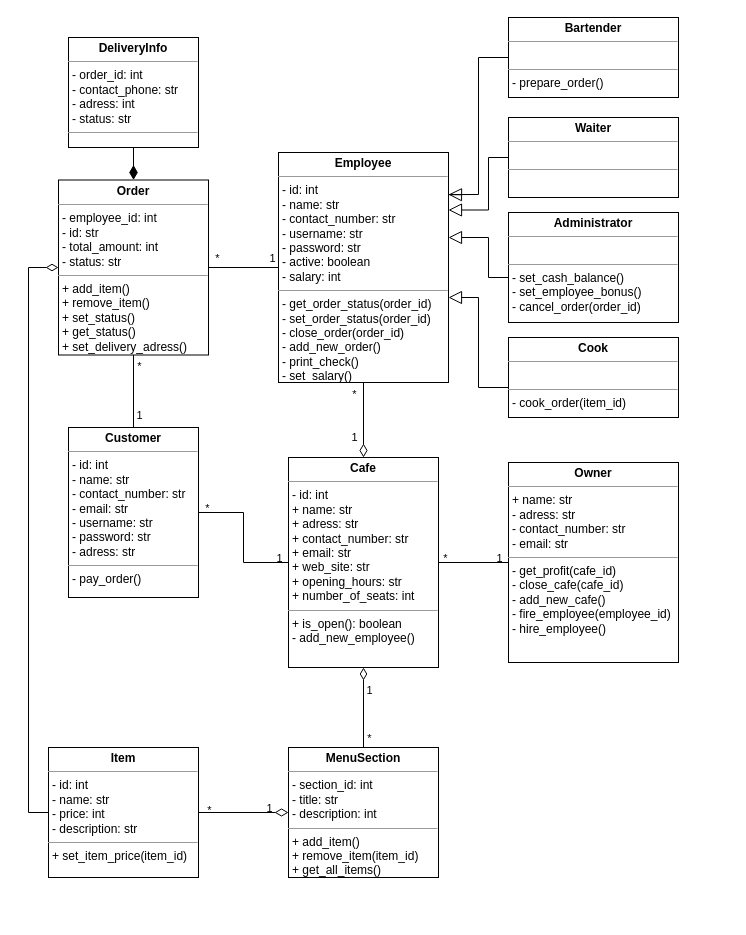
nikfeo/python-education keeps this draw.io diagram as python/task4/UML_classes_Cafe.drawio. Above is the earlier version. Source tidied: cells renumbered, new cells numbered last; positions are measured from the earlier drawing's top-left corner, leaving out a move shared by most shapes. Both pictures are drawn from the tidied source at 100%, with x=0, y=0 at pixel (28, 17).
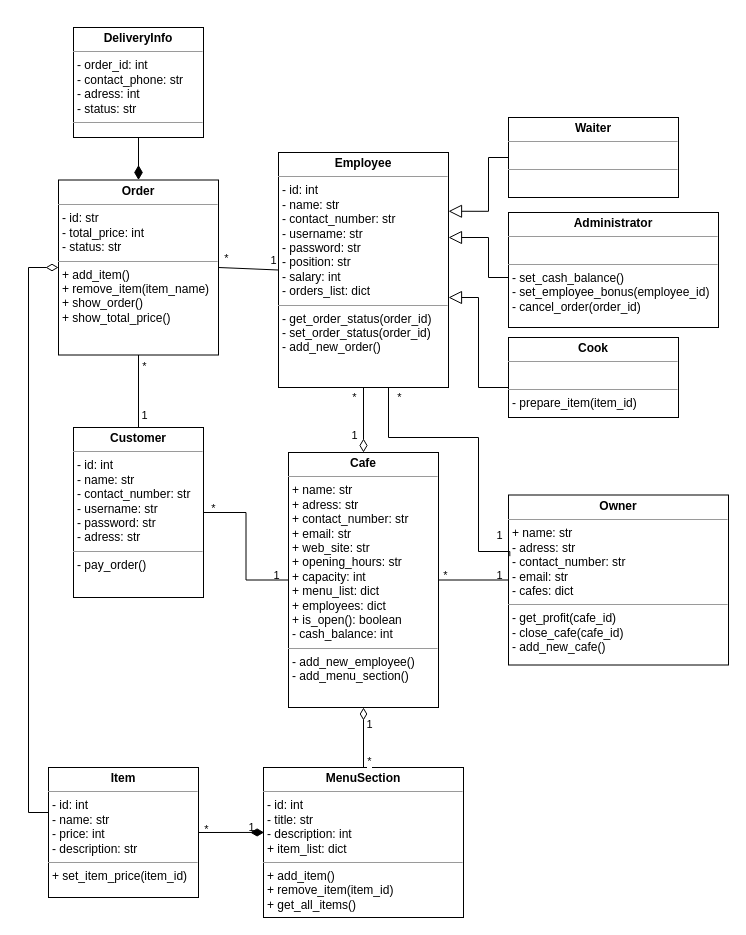
After the change.

Commit message (it also covers changes not shown here):
Added cafe_oop.py to branch python/task4 and modified UML diagram classes

Unchanged cells that the change refers to:
```xml
<mxCell id="8" style="endArrow=none;html=1;entryX=1;entryY=0.5;entryDx=0;entryDy=0;exitX=0;exitY=0.5;exitDx=0;exitDy=0;" parent="1" edge="1" source="3" target="2">
  <mxGeometry relative="1" as="geometry" />
</mxCell>
<mxCell id="11" style="endArrow=none;html=1;entryX=0.5;entryY=1;entryDx=0;entryDy=0;exitX=0.5;exitY=0;exitDx=0;exitDy=0;startArrow=diamondThin;startFill=0;endFill=0;startSize=11;jumpSize=7;endSize=10;" parent="1" edge="1" source="2" target="4">
  <mxGeometry relative="1" as="geometry" />
</mxCell>
```

Change to the diagram source:
```diff
@@
-    <mxCell id="2" value="&lt;p style=&quot;margin: 0px ; margin-top: 4px ; text-align: center&quot;&gt;&lt;b&gt;Cafe&lt;/b&gt;&lt;/p&gt;&lt;hr size=&quot;1&quot;&gt;&lt;p style=&quot;margin: 0px ; margin-left: 4px&quot;&gt;- id: int&lt;/p&gt;&lt;p style=&quot;margin: 0px ; margin-left: 4px&quot;&gt;+ name: str&lt;br&gt;+ adress: str&lt;/p&gt;&lt;p style=&quot;margin: 0px ; margin-left: 4px&quot;&gt;+ contact_number: str&lt;/p&gt;&lt;p style=&quot;margin: 0px ; margin-left: 4px&quot;&gt;+ email: str&lt;/p&gt;&lt;p style=&quot;margin: 0px ; margin-left: 4px&quot;&gt;+ web_site: str&lt;/p&gt;&lt;p style=&quot;margin: 0px ; margin-left: 4px&quot;&gt;+ opening_hours: str&lt;/p&gt;&lt;p style=&quot;margin: 0px ; margin-left: 4px&quot;&gt;+ number_of_seats: int&lt;/p&gt;&lt;hr size=&quot;1&quot;&gt;&lt;p style=&quot;margin: 0px ; margin-left: 4px&quot;&gt;+ is_open(): boolean&lt;br&gt;- add_new_employee()&lt;/p&gt;" style="verticalAlign=top;align=left;overflow=fill;fontSize=12;fontFamily=Helvetica;html=1;rounded=0;shadow=0;comic=0;labelBackgroundColor=none;strokeWidth=1;" parent="1" vertex="1">
-      <mxGeometry x="260" y="440" width="150" height="210" as="geometry" />
+    <mxCell id="2" value="&lt;p style=&quot;margin: 0px ; margin-top: 4px ; text-align: center&quot;&gt;&lt;b&gt;Cafe&lt;/b&gt;&lt;/p&gt;&lt;hr size=&quot;1&quot;&gt;&lt;p style=&quot;margin: 0px ; margin-left: 4px&quot;&gt;&lt;span&gt;+ name: str&lt;/span&gt;&lt;br&gt;&lt;/p&gt;&lt;p style=&quot;margin: 0px ; margin-left: 4px&quot;&gt;+ adress: str&lt;/p&gt;&lt;p style=&quot;margin: 0px ; margin-left: 4px&quot;&gt;+ contact_number: str&lt;/p&gt;&lt;p style=&quot;margin: 0px ; margin-left: 4px&quot;&gt;+ email: str&lt;/p&gt;&lt;p style=&quot;margin: 0px ; margin-left: 4px&quot;&gt;+ web_site: str&lt;/p&gt;&lt;p style=&quot;margin: 0px ; margin-left: 4px&quot;&gt;+ opening_hours: str&lt;/p&gt;&lt;p style=&quot;margin: 0px ; margin-left: 4px&quot;&gt;+ capacity: int&lt;/p&gt;&lt;p style=&quot;margin: 0px ; margin-left: 4px&quot;&gt;+ menu_list: dict&lt;/p&gt;&lt;p style=&quot;margin: 0px ; margin-left: 4px&quot;&gt;+ employees: dict&lt;/p&gt;&lt;p style=&quot;margin: 0px ; margin-left: 4px&quot;&gt;+ is_open(): boolean&lt;br&gt;&lt;/p&gt;&lt;p style=&quot;margin: 0px ; margin-left: 4px&quot;&gt;- cash_balance: int&lt;br&gt;&lt;/p&gt;&lt;hr size=&quot;1&quot;&gt;&lt;p style=&quot;margin: 0px ; margin-left: 4px&quot;&gt;- add_new_employee()&lt;/p&gt;&lt;p style=&quot;margin: 0px ; margin-left: 4px&quot;&gt;- add_menu_section()&lt;/p&gt;" style="verticalAlign=top;align=left;overflow=fill;fontSize=12;fontFamily=Helvetica;html=1;rounded=0;shadow=0;comic=0;labelBackgroundColor=none;strokeWidth=1;" parent="1" vertex="1">
+      <mxGeometry x="260" y="435" width="150" height="255" as="geometry" />
     </mxCell>
-    <mxCell id="3" value="&lt;p style=&quot;margin: 0px ; margin-top: 4px ; text-align: center&quot;&gt;&lt;b&gt;Owner&lt;/b&gt;&lt;/p&gt;&lt;hr size=&quot;1&quot;&gt;&lt;p style=&quot;margin: 0px ; margin-left: 4px&quot;&gt;+ name: str&lt;br&gt;- adress: str&lt;/p&gt;&lt;p style=&quot;margin: 0px ; margin-left: 4px&quot;&gt;- contact_number: str&lt;/p&gt;&lt;p style=&quot;margin: 0px ; margin-left: 4px&quot;&gt;- email: str&lt;/p&gt;&lt;hr size=&quot;1&quot;&gt;&lt;p style=&quot;margin: 0px ; margin-left: 4px&quot;&gt;- get_profit(cafe_id)&lt;br&gt;- close_cafe(cafe_id)&lt;/p&gt;&lt;p style=&quot;margin: 0px ; margin-left: 4px&quot;&gt;- add_new_cafe()&lt;/p&gt;&lt;p style=&quot;margin: 0px ; margin-left: 4px&quot;&gt;- fire_employee(employee_id)&lt;/p&gt;&lt;p style=&quot;margin: 0px ; margin-left: 4px&quot;&gt;- hire_employee()&lt;/p&gt;" style="verticalAlign=top;align=left;overflow=fill;fontSize=12;fontFamily=Helvetica;html=1;rounded=0;shadow=0;comic=0;labelBackgroundColor=none;strokeWidth=1;" parent="1" vertex="1">
-      <mxGeometry x="480" y="445" width="170" height="200" as="geometry" />
+    <mxCell id="3" value="&lt;p style=&quot;margin: 0px ; margin-top: 4px ; text-align: center&quot;&gt;&lt;b&gt;Owner&lt;/b&gt;&lt;/p&gt;&lt;hr size=&quot;1&quot;&gt;&lt;p style=&quot;margin: 0px ; margin-left: 4px&quot;&gt;+ name: str&lt;br&gt;- adress: str&lt;/p&gt;&lt;p style=&quot;margin: 0px ; margin-left: 4px&quot;&gt;- contact_number: str&lt;/p&gt;&lt;p style=&quot;margin: 0px ; margin-left: 4px&quot;&gt;- email: str&lt;/p&gt;&lt;p style=&quot;margin: 0px ; margin-left: 4px&quot;&gt;- cafes: dict&lt;/p&gt;&lt;hr size=&quot;1&quot;&gt;&lt;p style=&quot;margin: 0px ; margin-left: 4px&quot;&gt;- get_profit(cafe_id)&lt;br&gt;- close_cafe(cafe_id)&lt;/p&gt;&lt;p style=&quot;margin: 0px ; margin-left: 4px&quot;&gt;- add_new_cafe()&lt;/p&gt;" style="verticalAlign=top;align=left;overflow=fill;fontSize=12;fontFamily=Helvetica;html=1;rounded=0;shadow=0;comic=0;labelBackgroundColor=none;strokeWidth=1;" parent="1" vertex="1">
+      <mxGeometry x="480" y="477.5" width="220" height="170" as="geometry" />
     </mxCell>
-    <mxCell id="4" value="&lt;p style=&quot;margin: 0px ; margin-top: 4px ; text-align: center&quot;&gt;&lt;b&gt;Employee&lt;/b&gt;&lt;/p&gt;&lt;hr size=&quot;1&quot;&gt;&lt;p style=&quot;margin: 0px ; margin-left: 4px&quot;&gt;- id: int&lt;br&gt;- name: str&lt;/p&gt;&lt;p style=&quot;margin: 0px ; margin-left: 4px&quot;&gt;- contact_number: str&lt;/p&gt;&lt;p style=&quot;margin: 0px ; margin-left: 4px&quot;&gt;- username: str&lt;/p&gt;&lt;p style=&quot;margin: 0px ; margin-left: 4px&quot;&gt;- password: str&lt;/p&gt;&lt;p style=&quot;margin: 0px ; margin-left: 4px&quot;&gt;- active: boolean&lt;/p&gt;&lt;p style=&quot;margin: 0px ; margin-left: 4px&quot;&gt;- salary: int&lt;/p&gt;&lt;hr size=&quot;1&quot;&gt;&lt;p style=&quot;margin: 0px ; margin-left: 4px&quot;&gt;- get_order_status(order_id)&lt;/p&gt;&lt;p style=&quot;margin: 0px ; margin-left: 4px&quot;&gt;- set_order_status(order_id)&lt;br&gt;- close_order(order_id)&lt;/p&gt;&lt;p style=&quot;margin: 0px ; margin-left: 4px&quot;&gt;- add_new_order()&lt;br&gt;&lt;/p&gt;&lt;p style=&quot;margin: 0px ; margin-left: 4px&quot;&gt;- print_check()&lt;/p&gt;&lt;p style=&quot;margin: 0px ; margin-left: 4px&quot;&gt;- set_salary()&lt;/p&gt;" style="verticalAlign=top;align=left;overflow=fill;fontSize=12;fontFamily=Helvetica;html=1;rounded=0;shadow=0;comic=0;labelBackgroundColor=none;strokeWidth=1;" parent="1" vertex="1">
-      <mxGeometry x="250" y="135" width="170" height="230" as="geometry" />
+    <mxCell id="4" value="&lt;p style=&quot;margin: 0px ; margin-top: 4px ; text-align: center&quot;&gt;&lt;b&gt;Employee&lt;/b&gt;&lt;/p&gt;&lt;hr size=&quot;1&quot;&gt;&lt;p style=&quot;margin: 0px ; margin-left: 4px&quot;&gt;- id: int&lt;br&gt;- name: str&lt;/p&gt;&lt;p style=&quot;margin: 0px ; margin-left: 4px&quot;&gt;- contact_number: str&lt;/p&gt;&lt;p style=&quot;margin: 0px ; margin-left: 4px&quot;&gt;- username: str&lt;/p&gt;&lt;p style=&quot;margin: 0px ; margin-left: 4px&quot;&gt;- password: str&lt;/p&gt;&lt;p style=&quot;margin: 0px ; margin-left: 4px&quot;&gt;- position: str&lt;/p&gt;&lt;p style=&quot;margin: 0px ; margin-left: 4px&quot;&gt;- salary: int&lt;/p&gt;&lt;p style=&quot;margin: 0px ; margin-left: 4px&quot;&gt;- orders_list: dict&lt;/p&gt;&lt;hr size=&quot;1&quot;&gt;&lt;p style=&quot;margin: 0px ; margin-left: 4px&quot;&gt;- get_order_status(order_id)&lt;/p&gt;&lt;p style=&quot;margin: 0px ; margin-left: 4px&quot;&gt;- set_order_status(order_id)&lt;br&gt;&lt;/p&gt;&lt;p style=&quot;margin: 0px ; margin-left: 4px&quot;&gt;- add_new_order()&lt;/p&gt;" style="verticalAlign=top;align=left;overflow=fill;fontSize=12;fontFamily=Helvetica;html=1;rounded=0;shadow=0;comic=0;labelBackgroundColor=none;strokeWidth=1;" parent="1" vertex="1">
+      <mxGeometry x="250" y="135" width="170" height="235" as="geometry" />
     </mxCell>
-    <mxCell id="5" value="&lt;p style=&quot;margin: 0px ; margin-top: 4px ; text-align: center&quot;&gt;&lt;b&gt;Order&lt;/b&gt;&lt;/p&gt;&lt;hr size=&quot;1&quot;&gt;&lt;p style=&quot;margin: 0px ; margin-left: 4px&quot;&gt;- employee_id: int&lt;br&gt;- id: str&lt;/p&gt;&lt;p style=&quot;margin: 0px ; margin-left: 4px&quot;&gt;- total_amount: int&lt;/p&gt;&lt;p style=&quot;margin: 0px ; margin-left: 4px&quot;&gt;- status: str&lt;/p&gt;&lt;hr size=&quot;1&quot;&gt;&lt;p style=&quot;margin: 0px ; margin-left: 4px&quot;&gt;+ add_item()&lt;/p&gt;&lt;p style=&quot;margin: 0px ; margin-left: 4px&quot;&gt;+ remove_item()&lt;/p&gt;&lt;p style=&quot;margin: 0px ; margin-left: 4px&quot;&gt;+ set_status()&lt;/p&gt;&lt;p style=&quot;margin: 0px ; margin-left: 4px&quot;&gt;+ get_status()&lt;/p&gt;&lt;p style=&quot;margin: 0px ; margin-left: 4px&quot;&gt;+ set_delivery_adress()&lt;/p&gt;&lt;p style=&quot;margin: 0px ; margin-left: 4px&quot;&gt;&lt;br&gt;&lt;/p&gt;&lt;p style=&quot;margin: 0px ; margin-left: 4px&quot;&gt;&lt;br&gt;&lt;/p&gt;&lt;p style=&quot;margin: 0px ; margin-left: 4px&quot;&gt;&lt;br&gt;&lt;/p&gt;" style="verticalAlign=top;align=left;overflow=fill;fontSize=12;fontFamily=Helvetica;html=1;rounded=0;shadow=0;comic=0;labelBackgroundColor=none;strokeWidth=1;" parent="1" vertex="1">
-      <mxGeometry x="30" y="162.5" width="150" height="175" as="geometry" />
+    <mxCell id="5" value="&lt;p style=&quot;margin: 0px ; margin-top: 4px ; text-align: center&quot;&gt;&lt;b&gt;Order&lt;/b&gt;&lt;/p&gt;&lt;hr size=&quot;1&quot;&gt;&lt;p style=&quot;margin: 0px ; margin-left: 4px&quot;&gt;- id: str&lt;/p&gt;&lt;p style=&quot;margin: 0px ; margin-left: 4px&quot;&gt;- total_price: int&lt;/p&gt;&lt;p style=&quot;margin: 0px ; margin-left: 4px&quot;&gt;- status: str&lt;/p&gt;&lt;hr size=&quot;1&quot;&gt;&lt;p style=&quot;margin: 0px ; margin-left: 4px&quot;&gt;+ add_item()&lt;/p&gt;&lt;p style=&quot;margin: 0px ; margin-left: 4px&quot;&gt;+ remove_item(item_name)&lt;/p&gt;&lt;p style=&quot;margin: 0px ; margin-left: 4px&quot;&gt;+ show_order()&lt;/p&gt;&lt;p style=&quot;margin: 0px ; margin-left: 4px&quot;&gt;+ show_total_price()&lt;/p&gt;&lt;p style=&quot;margin: 0px ; margin-left: 4px&quot;&gt;&lt;br&gt;&lt;/p&gt;" style="verticalAlign=top;align=left;overflow=fill;fontSize=12;fontFamily=Helvetica;html=1;rounded=0;shadow=0;comic=0;labelBackgroundColor=none;strokeWidth=1;" parent="1" vertex="1">
+      <mxGeometry x="30" y="162.5" width="160" height="175" as="geometry" />
     </mxCell>
@@
-    <mxCell id="7" value="&lt;p style=&quot;margin: 0px ; margin-top: 4px ; text-align: center&quot;&gt;&lt;b&gt;Customer&lt;/b&gt;&lt;/p&gt;&lt;hr size=&quot;1&quot;&gt;&lt;p style=&quot;margin: 0px ; margin-left: 4px&quot;&gt;- id: int&lt;br&gt;- name: str&lt;/p&gt;&lt;p style=&quot;margin: 0px ; margin-left: 4px&quot;&gt;- contact_number: str&lt;/p&gt;&lt;p style=&quot;margin: 0px ; margin-left: 4px&quot;&gt;- email: str&lt;/p&gt;&lt;p style=&quot;margin: 0px ; margin-left: 4px&quot;&gt;- username: str&lt;/p&gt;&lt;p style=&quot;margin: 0px ; margin-left: 4px&quot;&gt;- password: str&lt;/p&gt;&lt;p style=&quot;margin: 0px ; margin-left: 4px&quot;&gt;- adress: str&lt;/p&gt;&lt;hr size=&quot;1&quot;&gt;&lt;p style=&quot;margin: 0px ; margin-left: 4px&quot;&gt;- pay_order()&lt;br&gt;&lt;/p&gt;&lt;p style=&quot;margin: 0px ; margin-left: 4px&quot;&gt;&lt;br&gt;&lt;/p&gt;" style="verticalAlign=top;align=left;overflow=fill;fontSize=12;fontFamily=Helvetica;html=1;rounded=0;shadow=0;comic=0;labelBackgroundColor=none;strokeWidth=1;" parent="1" vertex="1">
-      <mxGeometry x="40" y="410" width="130" height="170" as="geometry" />
+    <mxCell id="7" value="&lt;p style=&quot;margin: 0px ; margin-top: 4px ; text-align: center&quot;&gt;&lt;b&gt;Customer&lt;/b&gt;&lt;/p&gt;&lt;hr size=&quot;1&quot;&gt;&lt;p style=&quot;margin: 0px ; margin-left: 4px&quot;&gt;- id: int&lt;br&gt;- name: str&lt;/p&gt;&lt;p style=&quot;margin: 0px ; margin-left: 4px&quot;&gt;- contact_number: str&lt;/p&gt;&lt;p style=&quot;margin: 0px ; margin-left: 4px&quot;&gt;- username: str&lt;/p&gt;&lt;p style=&quot;margin: 0px ; margin-left: 4px&quot;&gt;- password: str&lt;/p&gt;&lt;p style=&quot;margin: 0px ; margin-left: 4px&quot;&gt;- adress: str&lt;/p&gt;&lt;hr size=&quot;1&quot;&gt;&lt;p style=&quot;margin: 0px ; margin-left: 4px&quot;&gt;- pay_order()&lt;br&gt;&lt;/p&gt;&lt;p style=&quot;margin: 0px ; margin-left: 4px&quot;&gt;&lt;br&gt;&lt;/p&gt;" style="verticalAlign=top;align=left;overflow=fill;fontSize=12;fontFamily=Helvetica;html=1;rounded=0;shadow=0;comic=0;labelBackgroundColor=none;strokeWidth=1;" parent="1" vertex="1">
+      <mxGeometry x="45" y="410" width="130" height="170" as="geometry" />
     </mxCell>
@@
+    <mxCell id="42" value="1" style="edgeLabel;html=1;align=center;verticalAlign=middle;labelBackgroundColor=none;" parent="8" vertex="1">
+      <mxGeometry x="-0.24" y="-1" relative="1" as="geometry">
+        <mxPoint x="17" y="-44" as="offset" />
+      </mxGeometry>
+    </mxCell>
@@
+    <mxCell id="43" value="*" style="edgeLabel;html=1;align=center;verticalAlign=middle;" parent="11" vertex="1">
+      <mxGeometry x="0.71" y="1" relative="1" as="geometry">
+        <mxPoint x="36" as="offset" />
+      </mxGeometry>
+    </mxCell>
-    <mxCell id="14" value="&lt;p style=&quot;margin: 0px ; margin-top: 4px ; text-align: center&quot;&gt;&lt;b&gt;MenuSection&lt;/b&gt;&lt;/p&gt;&lt;hr size=&quot;1&quot;&gt;&lt;p style=&quot;margin: 0px ; margin-left: 4px&quot;&gt;&lt;span&gt;- section_id: int&lt;/span&gt;&lt;/p&gt;&lt;p style=&quot;margin: 0px ; margin-left: 4px&quot;&gt;- title: str&lt;/p&gt;&lt;p style=&quot;margin: 0px ; margin-left: 4px&quot;&gt;- description: int&lt;/p&gt;&lt;hr size=&quot;1&quot;&gt;&lt;p style=&quot;margin: 0px ; margin-left: 4px&quot;&gt;+ add_item()&lt;/p&gt;&lt;p style=&quot;margin: 0px ; margin-left: 4px&quot;&gt;+ remove_item(item_id)&lt;/p&gt;&lt;p style=&quot;margin: 0px ; margin-left: 4px&quot;&gt;+ get_all_items()&lt;/p&gt;&lt;p style=&quot;margin: 0px ; margin-left: 4px&quot;&gt;&lt;br&gt;&lt;/p&gt;&lt;p style=&quot;margin: 0px ; margin-left: 4px&quot;&gt;&lt;br&gt;&lt;/p&gt;&lt;p style=&quot;margin: 0px ; margin-left: 4px&quot;&gt;&lt;br&gt;&lt;/p&gt;" style="verticalAlign=top;align=left;overflow=fill;fontSize=12;fontFamily=Helvetica;html=1;rounded=0;shadow=0;comic=0;labelBackgroundColor=none;strokeWidth=1;" parent="1" vertex="1">
-      <mxGeometry x="260" y="730" width="150" height="130" as="geometry" />
+    <mxCell id="14" value="&lt;p style=&quot;margin: 0px ; margin-top: 4px ; text-align: center&quot;&gt;&lt;b&gt;MenuSection&lt;/b&gt;&lt;/p&gt;&lt;hr size=&quot;1&quot;&gt;&lt;p style=&quot;margin: 0px ; margin-left: 4px&quot;&gt;&lt;span&gt;- id: int&lt;/span&gt;&lt;/p&gt;&lt;p style=&quot;margin: 0px ; margin-left: 4px&quot;&gt;- title: str&lt;/p&gt;&lt;p style=&quot;margin: 0px ; margin-left: 4px&quot;&gt;- description: int&lt;/p&gt;&lt;p style=&quot;margin: 0px ; margin-left: 4px&quot;&gt;+ item_list: dict&lt;/p&gt;&lt;hr size=&quot;1&quot;&gt;&lt;p style=&quot;margin: 0px ; margin-left: 4px&quot;&gt;+ add_item()&lt;/p&gt;&lt;p style=&quot;margin: 0px ; margin-left: 4px&quot;&gt;+ remove_item(item_id)&lt;/p&gt;&lt;p style=&quot;margin: 0px ; margin-left: 4px&quot;&gt;+ get_all_items()&lt;/p&gt;&lt;p style=&quot;margin: 0px ; margin-left: 4px&quot;&gt;&lt;br&gt;&lt;/p&gt;&lt;p style=&quot;margin: 0px ; margin-left: 4px&quot;&gt;&lt;br&gt;&lt;/p&gt;&lt;p style=&quot;margin: 0px ; margin-left: 4px&quot;&gt;&lt;br&gt;&lt;/p&gt;" style="verticalAlign=top;align=left;overflow=fill;fontSize=12;fontFamily=Helvetica;html=1;rounded=0;shadow=0;comic=0;labelBackgroundColor=none;strokeWidth=1;" parent="1" vertex="1">
+      <mxGeometry x="235" y="750" width="200" height="150" as="geometry" />
     </mxCell>
     <mxCell id="15" value="&lt;p style=&quot;margin: 0px ; margin-top: 4px ; text-align: center&quot;&gt;&lt;b&gt;Item&lt;/b&gt;&lt;/p&gt;&lt;hr size=&quot;1&quot;&gt;&lt;p style=&quot;margin: 0px ; margin-left: 4px&quot;&gt;- id: int&lt;br&gt;- name: str&lt;/p&gt;&lt;p style=&quot;margin: 0px ; margin-left: 4px&quot;&gt;- price: int&lt;/p&gt;&lt;p style=&quot;margin: 0px ; margin-left: 4px&quot;&gt;- description: str&lt;/p&gt;&lt;hr size=&quot;1&quot;&gt;&lt;p style=&quot;margin: 0px ; margin-left: 4px&quot;&gt;+ set_item_price(item_id)&lt;/p&gt;&lt;p style=&quot;margin: 0px ; margin-left: 4px&quot;&gt;&lt;br&gt;&lt;/p&gt;&lt;p style=&quot;margin: 0px ; margin-left: 4px&quot;&gt;&lt;br&gt;&lt;/p&gt;&lt;p style=&quot;margin: 0px ; margin-left: 4px&quot;&gt;&lt;br&gt;&lt;/p&gt;" style="verticalAlign=top;align=left;overflow=fill;fontSize=12;fontFamily=Helvetica;html=1;rounded=0;shadow=0;comic=0;labelBackgroundColor=none;strokeWidth=1;" parent="1" vertex="1">
-      <mxGeometry x="20" y="730" width="150" height="130" as="geometry" />
+      <mxGeometry x="20" y="750" width="150" height="130" as="geometry" />
     </mxCell>
@@
-    <mxCell id="19" style="endArrow=none;html=1;startSize=11;endSize=10;entryX=1;entryY=0.5;entryDx=0;entryDy=0;startArrow=diamondThin;startFill=0;" parent="1" edge="1" target="15">
-      <mxGeometry relative="1" as="geometry">
-        <mxPoint x="260" y="795" as="sourcePoint" />
-      </mxGeometry>
+    <mxCell id="19" style="endArrow=none;html=1;startSize=11;endSize=10;entryX=1;entryY=0.5;entryDx=0;entryDy=0;startArrow=diamondThin;startFill=1;exitX=0.003;exitY=0.433;exitDx=0;exitDy=0;exitPerimeter=0;" parent="1" edge="1" source="14" target="15">
+      <mxGeometry relative="1" as="geometry" />
     </mxCell>
@@
-    <mxCell id="23" value="&lt;p style=&quot;margin: 0px ; margin-top: 4px ; text-align: center&quot;&gt;&lt;b&gt;Administrator&lt;/b&gt;&lt;/p&gt;&lt;hr size=&quot;1&quot;&gt;&lt;p style=&quot;margin: 0px ; margin-left: 4px&quot;&gt;&lt;br&gt;&lt;/p&gt;&lt;hr size=&quot;1&quot;&gt;&lt;p style=&quot;margin: 0px ; margin-left: 4px&quot;&gt;&lt;span&gt;- set_cash_balance()&lt;/span&gt;&lt;/p&gt;&lt;p style=&quot;margin: 0px ; margin-left: 4px&quot;&gt;- set_employee_bonus()&lt;/p&gt;&lt;p style=&quot;margin: 0px ; margin-left: 4px&quot;&gt;- cancel_order(order_id)&lt;/p&gt;" style="verticalAlign=top;align=left;overflow=fill;fontSize=12;fontFamily=Helvetica;html=1;rounded=0;shadow=0;comic=0;labelBackgroundColor=none;strokeWidth=1;" parent="1" vertex="1">
-      <mxGeometry x="480" y="195" width="170" height="110" as="geometry" />
+    <mxCell id="23" value="&lt;p style=&quot;margin: 0px ; margin-top: 4px ; text-align: center&quot;&gt;&lt;b&gt;Administrator&lt;/b&gt;&lt;/p&gt;&lt;hr size=&quot;1&quot;&gt;&lt;p style=&quot;margin: 0px ; margin-left: 4px&quot;&gt;&lt;br&gt;&lt;/p&gt;&lt;hr size=&quot;1&quot;&gt;&lt;p style=&quot;margin: 0px ; margin-left: 4px&quot;&gt;&lt;span&gt;- set_cash_balance()&lt;/span&gt;&lt;/p&gt;&lt;p style=&quot;margin: 0px ; margin-left: 4px&quot;&gt;- set_employee_bonus(employee_id)&lt;/p&gt;&lt;p style=&quot;margin: 0px ; margin-left: 4px&quot;&gt;- cancel_order(order_id)&lt;/p&gt;" style="verticalAlign=top;align=left;overflow=fill;fontSize=12;fontFamily=Helvetica;html=1;rounded=0;shadow=0;comic=0;labelBackgroundColor=none;strokeWidth=1;" parent="1" vertex="1">
+      <mxGeometry x="480" y="195" width="210" height="115" as="geometry" />
     </mxCell>
-    <mxCell id="24" value="&lt;p style=&quot;margin: 0px ; margin-top: 4px ; text-align: center&quot;&gt;&lt;b&gt;Cook&lt;/b&gt;&lt;/p&gt;&lt;hr size=&quot;1&quot;&gt;&lt;p style=&quot;margin: 0px ; margin-left: 4px&quot;&gt;&lt;br&gt;&lt;/p&gt;&lt;hr size=&quot;1&quot;&gt;&lt;p style=&quot;margin: 0px ; margin-left: 4px&quot;&gt;- cook_order(item_id)&lt;/p&gt;" style="verticalAlign=top;align=left;overflow=fill;fontSize=12;fontFamily=Helvetica;html=1;rounded=0;shadow=0;comic=0;labelBackgroundColor=none;strokeWidth=1;" parent="1" vertex="1">
+    <mxCell id="24" value="&lt;p style=&quot;margin: 0px ; margin-top: 4px ; text-align: center&quot;&gt;&lt;b&gt;Cook&lt;/b&gt;&lt;/p&gt;&lt;hr size=&quot;1&quot;&gt;&lt;p style=&quot;margin: 0px ; margin-left: 4px&quot;&gt;&lt;br&gt;&lt;/p&gt;&lt;hr size=&quot;1&quot;&gt;&lt;p style=&quot;margin: 0px ; margin-left: 4px&quot;&gt;- prepare_item(item_id)&lt;/p&gt;" style="verticalAlign=top;align=left;overflow=fill;fontSize=12;fontFamily=Helvetica;html=1;rounded=0;shadow=0;comic=0;labelBackgroundColor=none;strokeWidth=1;" parent="1" vertex="1">
       <mxGeometry x="480" y="320" width="170" height="80" as="geometry" />
     </mxCell>
@@
     <mxCell id="38" value="&lt;p style=&quot;margin: 0px ; margin-top: 4px ; text-align: center&quot;&gt;&lt;b&gt;DeliveryInfo&lt;/b&gt;&lt;/p&gt;&lt;hr size=&quot;1&quot;&gt;&lt;p style=&quot;margin: 0px ; margin-left: 4px&quot;&gt;- order_id: int&lt;/p&gt;&lt;p style=&quot;margin: 0px ; margin-left: 4px&quot;&gt;- contact_phone: str&lt;br&gt;&lt;/p&gt;&lt;p style=&quot;margin: 0px ; margin-left: 4px&quot;&gt;- adress: int&lt;/p&gt;&lt;p style=&quot;margin: 0px ; margin-left: 4px&quot;&gt;- status: str&lt;/p&gt;&lt;hr size=&quot;1&quot;&gt;&lt;p style=&quot;margin: 0px ; margin-left: 4px&quot;&gt;&lt;br&gt;&lt;/p&gt;&lt;p style=&quot;margin: 0px ; margin-left: 4px&quot;&gt;&lt;br&gt;&lt;/p&gt;&lt;p style=&quot;margin: 0px ; margin-left: 4px&quot;&gt;&lt;br&gt;&lt;/p&gt;&lt;p style=&quot;margin: 0px ; margin-left: 4px&quot;&gt;&lt;br&gt;&lt;/p&gt;" style="verticalAlign=top;align=left;overflow=fill;fontSize=12;fontFamily=Helvetica;html=1;rounded=0;shadow=0;comic=0;labelBackgroundColor=none;strokeWidth=1;" parent="1" vertex="1">
-      <mxGeometry x="40" y="20" width="130" height="110" as="geometry" />
+      <mxGeometry x="45" y="10" width="130" height="110" as="geometry" />
     </mxCell>
@@
-    <mxCell id="40" value="&lt;p style=&quot;margin: 0px ; margin-top: 4px ; text-align: center&quot;&gt;&lt;b&gt;Bartender&lt;/b&gt;&lt;/p&gt;&lt;hr size=&quot;1&quot;&gt;&lt;p style=&quot;margin: 0px ; margin-left: 4px&quot;&gt;&lt;br&gt;&lt;/p&gt;&lt;hr size=&quot;1&quot;&gt;&lt;p style=&quot;margin: 0px ; margin-left: 4px&quot;&gt;- prepare_order()&lt;/p&gt;&lt;p style=&quot;margin: 0px ; margin-left: 4px&quot;&gt;&lt;br&gt;&lt;/p&gt;" style="verticalAlign=top;align=left;overflow=fill;fontSize=12;fontFamily=Helvetica;html=1;rounded=0;shadow=0;comic=0;labelBackgroundColor=none;strokeWidth=1;" parent="1" vertex="1">
-      <mxGeometry x="480" width="170" height="80" as="geometry" />
-    </mxCell>
-    <mxCell id="41" style="endArrow=none;html=1;shadow=0;startSize=11;endSize=10;edgeStyle=orthogonalEdgeStyle;rounded=0;endFill=0;startArrow=block;startFill=0;entryX=0;entryY=0.5;entryDx=0;entryDy=0;exitX=1;exitY=0.183;exitDx=0;exitDy=0;exitPerimeter=0;" parent="1" edge="1" source="4" target="40">
-      <mxGeometry relative="1" as="geometry">
-        <Array as="points">
-          <mxPoint x="421" y="177" />
-          <mxPoint x="450" y="177" />
-          <mxPoint x="450" y="10" />
-        </Array>
-      </mxGeometry>
-    </mxCell>
+    <mxCell id="44" style="endArrow=none;html=1;rounded=0;edgeStyle=orthogonalEdgeStyle;exitX=0.006;exitY=0.36;exitDx=0;exitDy=0;exitPerimeter=0;" parent="1" edge="1" source="3" target="4">
+      <mxGeometry relative="1" as="geometry">
+        <Array as="points">
+          <mxPoint x="450" y="534" />
+          <mxPoint x="450" y="420" />
+          <mxPoint x="360" y="420" />
+        </Array>
+      </mxGeometry>
+    </mxCell>
```
